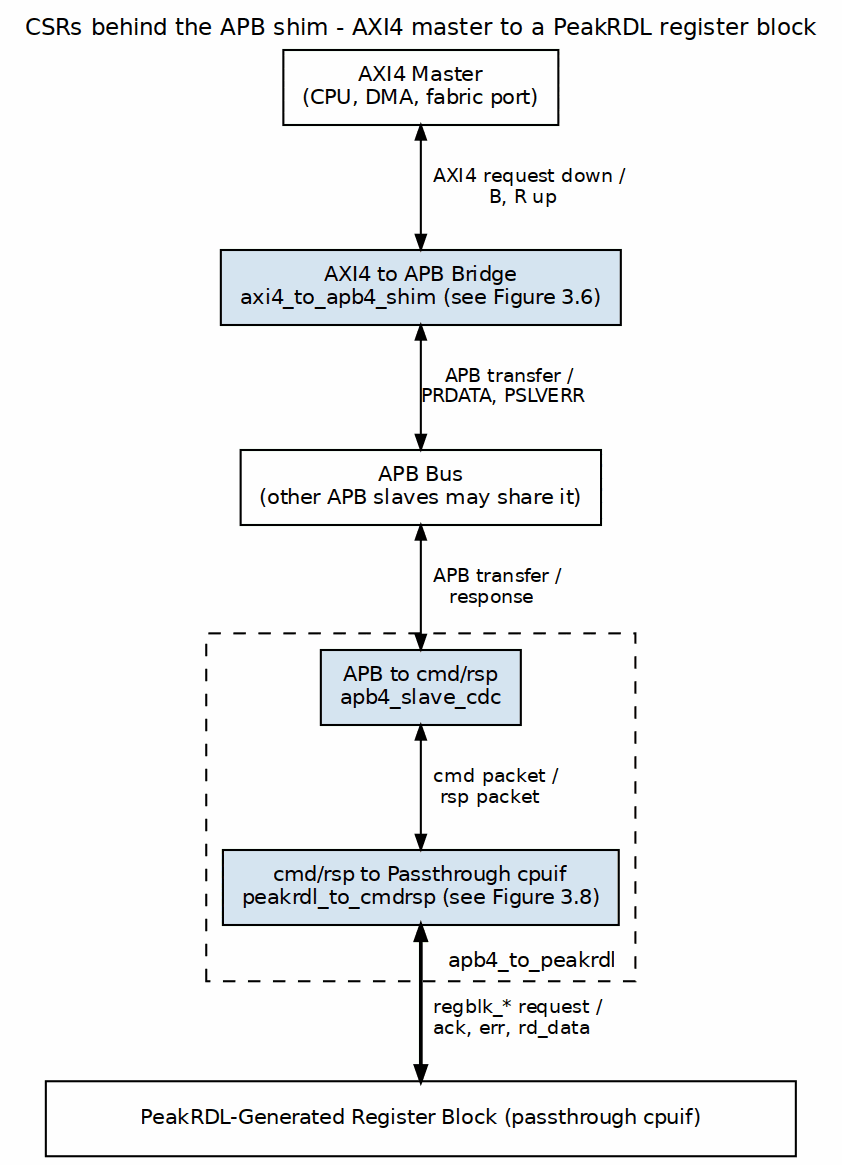
This is projects/components/utility-ip/converters/docs/converter_mas/assets/graphviz/peakrdl_integration.png from sean-galloway/RTLDesignSherpa, a Graphviz export, as it was before one commit. Its source is kept beside it as projects/components/utility-ip/converters/docs/converter_mas/assets/graphviz/peakrdl_integration.dot.
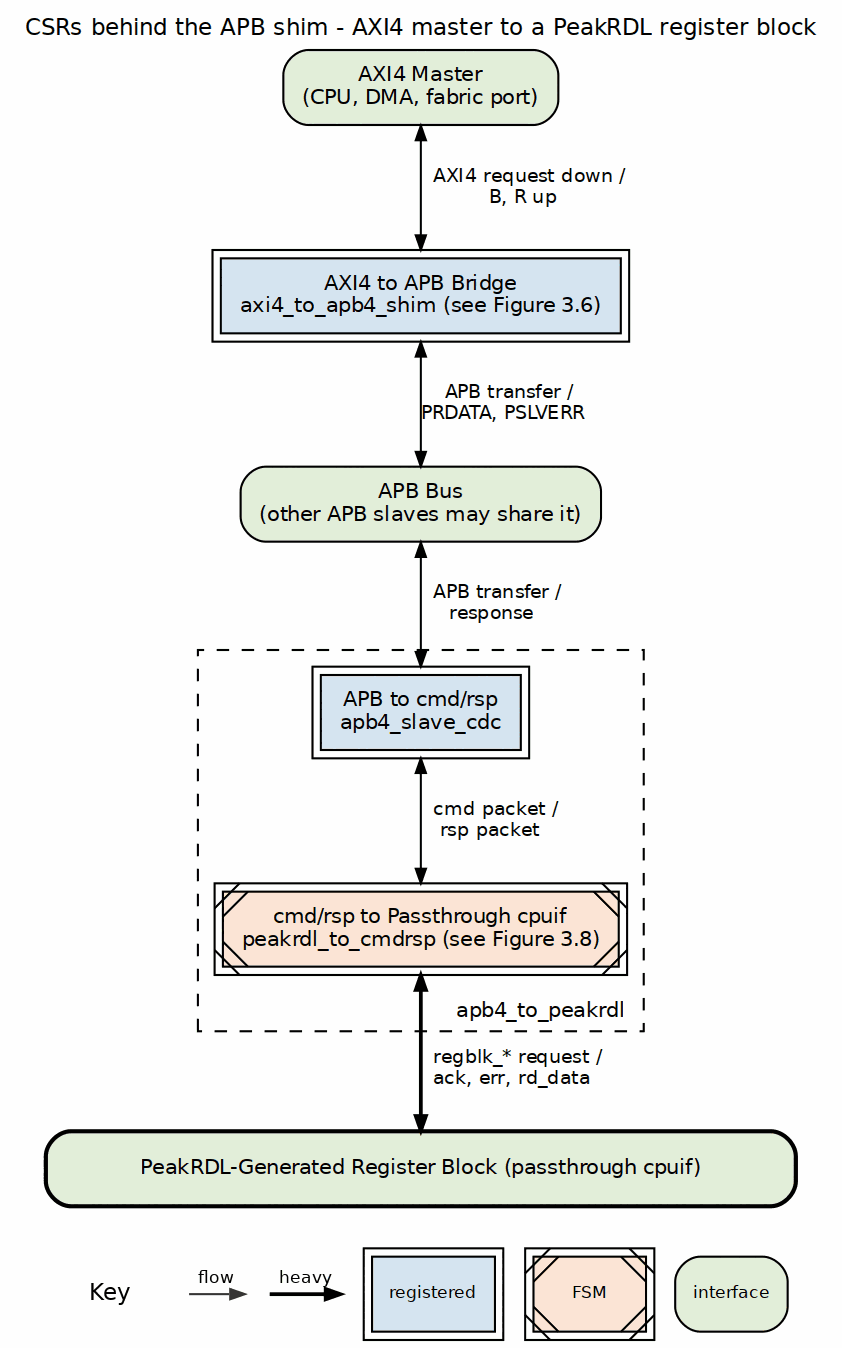
The same diagram one commit later.

The edit, as a diff of the source:
```diff
@@ -3,19 +3,19 @@
            nodesep="0.40", ranksep="0.55", splines=ortho, newrank=true,
            labelloc=t, labeljust=c];
     node  [fontname="Helvetica", fontsize=10, shape=box, style=filled,
-           fillcolor="#D6E4F0", color="black", margin="0.12,0.06"];
+           fillcolor="white", color="black", margin="0.12,0.06"];
     edge  [fontname="Helvetica", fontsize=9, color="black", arrowsize=0.7];
     label="CSRs behind the APB shim - AXI4 master to a PeakRDL register block";
 
-    m    [label="AXI4 Master\n(CPU, DMA, fabric port)", fillcolor="white"];
-    shim [label="AXI4 to APB Bridge\naxi4_to_apb4_shim (see Figure 3.6)"];
-    apb  [label="APB Bus\n(other APB slaves may share it)", fillcolor="white"];
+    m    [label="AXI4 Master\n(CPU, DMA, fabric port)", fillcolor="white", style="rounded,filled", fillcolor="#E2EFDA"];
+    shim [label="AXI4 to APB Bridge\naxi4_to_apb4_shim (see Figure 3.6)", peripheries=2, style="filled", fillcolor="#D6E4F0"];
+    apb  [label="APB Bus\n(other APB slaves may share it)", fillcolor="white", style="rounded,filled", fillcolor="#E2EFDA"];
     subgraph cluster_a2p {
         label="apb4_to_peakrdl"; labelloc=b; labeljust=r; style=dashed; fontsize=10;
-        cdc  [label="APB to cmd/rsp\napb4_slave_cdc"];
-        adp  [label="cmd/rsp to Passthrough cpuif\npeakrdl_to_cmdrsp (see Figure 3.8)"];
+        cdc  [label="APB to cmd/rsp\napb4_slave_cdc", peripheries=2, style="filled", fillcolor="#D6E4F0"];
+        adp  [label="cmd/rsp to Passthrough cpuif\npeakrdl_to_cmdrsp (see Figure 3.8)", peripheries=2, style="filled,diagonals", fillcolor="#FCE4D6"];
     }
-    rb   [label="PeakRDL-Generated Register Block (passthrough cpuif)", fillcolor="white", width=5.0];
+    rb   [label="PeakRDL-Generated Register Block (passthrough cpuif)", fillcolor="white", width=5.0, style="rounded,filled,bold", fillcolor="#E2EFDA"];
 
     m    -> shim [dir=both, label="  AXI4 request down /\nB, R up"];
     shim -> apb  [dir=both, label="  APB transfer /\nPRDATA, PSLVERR"];
```
